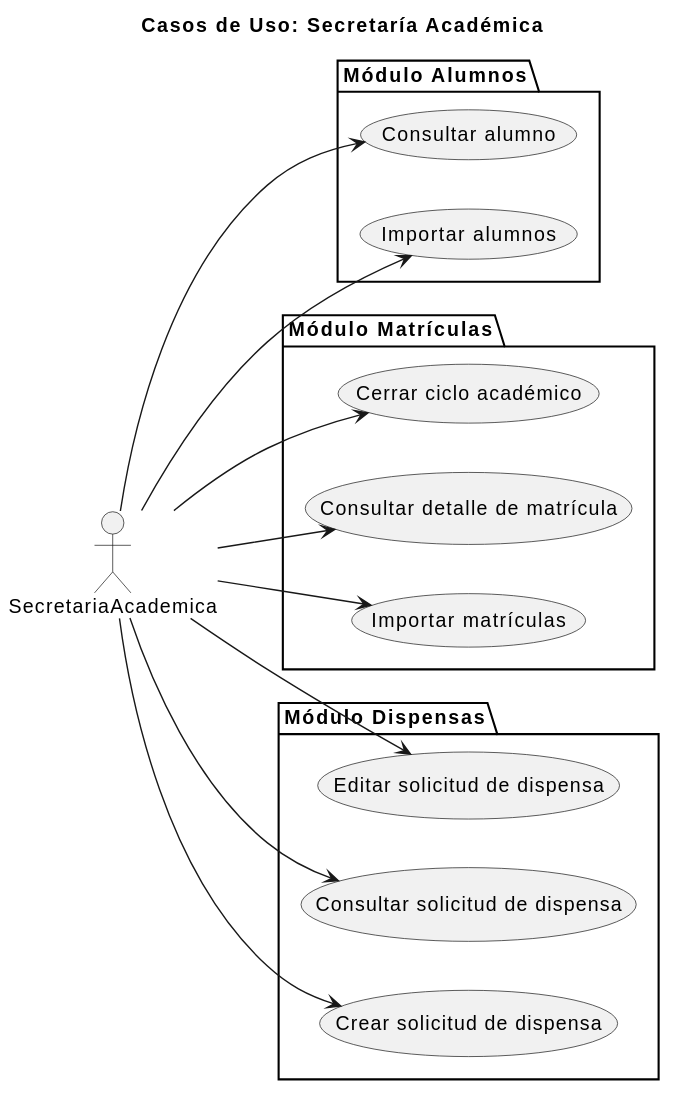
Earlier version of the PlantUML export documents/requisitado/01-actores-casos-uso/Secretaria.svg (jerdier/25-26-idsw2-sdVC).
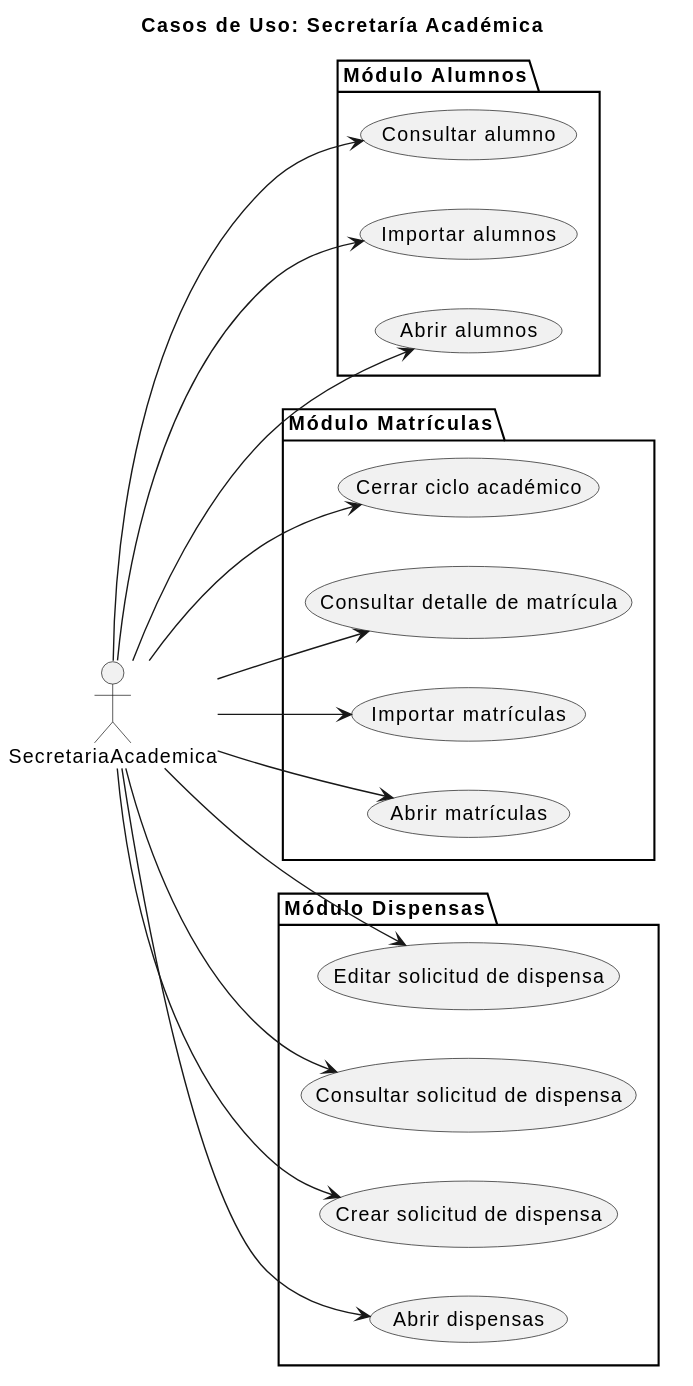
After the commit.

Diff of the diagram source:
```diff
@@ -6,29 +6,35 @@
 actor SecretariaAcademica
 
 package "Módulo Alumnos" {
+    usecase "Abrir alumnos" as AlumnosAbrir
     usecase "Importar alumnos" as AlumnosImportar
     usecase "Consultar alumno" as AlumnosConsultar
 }
 
 package "Módulo Matrículas" {
+    usecase "Abrir matrículas" as MatriculasAbrir
     usecase "Importar matrículas" as MatriculasImportar
     usecase "Consultar detalle de matrícula" as MatriculasVerDetalle
     usecase "Cerrar ciclo académico" as MatriculasCerrarCiclo
 }
 
 package "Módulo Dispensas" {
+    usecase "Abrir dispensas" as DispensasAbrir
     usecase "Crear solicitud de dispensa" as DispensasCrear
     usecase "Consultar solicitud de dispensa" as DispensasConsultar
     usecase "Editar solicitud de dispensa" as DispensasEditar
 }
 
+SecretariaAcademica --> AlumnosAbrir
 SecretariaAcademica --> AlumnosImportar
 SecretariaAcademica --> AlumnosConsultar
 
+SecretariaAcademica --> MatriculasAbrir
 SecretariaAcademica --> MatriculasImportar
 SecretariaAcademica --> MatriculasVerDetalle
 SecretariaAcademica --> MatriculasCerrarCiclo
 
+SecretariaAcademica --> DispensasAbrir
 SecretariaAcademica --> DispensasCrear
 SecretariaAcademica --> DispensasConsultar
 SecretariaAcademica --> DispensasEditar
```
